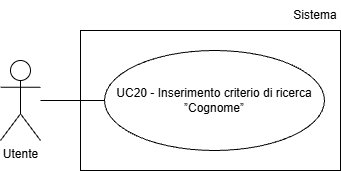
The draw.io diagram assets/Use_Case_Diagrams/UC20.png in Team-Three-Technologies/Documenti, before a commit. Source tidied: cells renumbered, new cells last; positions are measured from the earlier drawing's top-left corner, leaving out a move shared by most shapes.
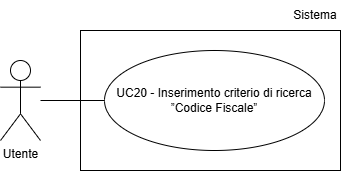
The same file after the commit.

Diff of the diagram source:
```diff
@@ -5,14 +5,14 @@
     <mxCell id="2" value="Utente" style="shape=umlActor;verticalLabelPosition=bottom;verticalAlign=top;html=1;" parent="1" vertex="1">
       <mxGeometry y="60" width="40" height="80" as="geometry" />
     </mxCell>
-    <mxCell id="3" value="UC20 - Inserimento criterio di ricerca ”Cognome”" style="ellipse;whiteSpace=wrap;html=1;align=center;" parent="1" vertex="1">
-      <mxGeometry x="104" y="50" width="220" height="100" as="geometry" />
-    </mxCell>
-    <mxCell id="4" style="endArrow=none;html=1;rounded=0;entryX=0;entryY=0.5;entryDx=0;entryDy=0;" parent="1" edge="1" target="3">
-      <mxGeometry relative="1" as="geometry">
-        <mxPoint x="40" y="100" as="sourcePoint" />
-      </mxGeometry>
-    </mxCell>
+    <mxCell id="7" value="UC20 - Inserimento criterio di ricerca ”Codice Fiscale”" style="ellipse;whiteSpace=wrap;html=1;align=center;" parent="1" vertex="1">
+      <mxGeometry x="104" y="50" width="220" height="100" as="geometry" />
+    </mxCell>
+    <mxCell id="8" style="endArrow=none;html=1;rounded=0;entryX=0;entryY=0.5;entryDx=0;entryDy=0;" parent="1" edge="1" target="7">
+      <mxGeometry relative="1" as="geometry">
+        <mxPoint x="40" y="100" as="sourcePoint" />
+      </mxGeometry>
+    </mxCell>
     <mxCell id="5" style="rounded=0;whiteSpace=wrap;html=1;fillColor=none;" parent="1" vertex="1">
       <mxGeometry x="80" y="30" width="260" height="140" as="geometry" />
     </mxCell>
```
